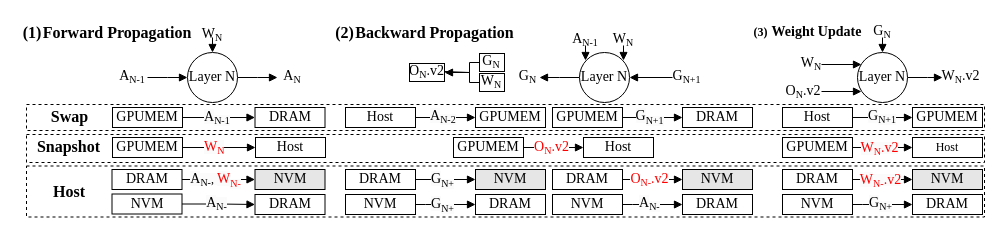
Before: fig/pipeline.drawio in icszhr/NCheck, a draw.io diagram. Source tidied: cells renumbered, new cells numbered last; positions are measured from the earlier drawing's top-left corner, leaving out a move shared by most shapes. Both pictures are drawn from the tidied source at 100%, with x=0, y=0 at pixel (17, 17).
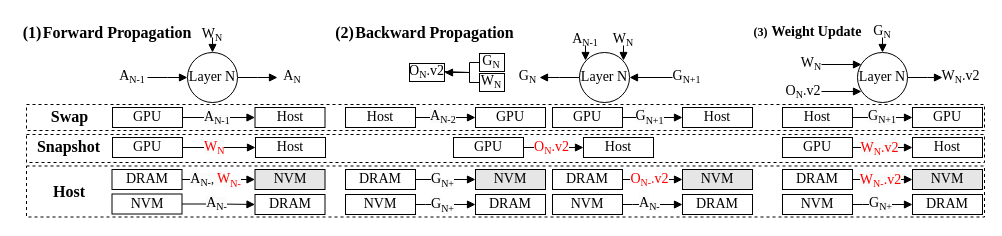
The same page after the edit.

What changed in the source:
```diff
@@
-    <mxCell id="14" value="GPUMEM" style="rounded=0;whiteSpace=wrap;html=1;fontFamily=Times New Roman;fontSize=14;" parent="1" vertex="1">
+    <mxCell id="14" value="GPU" style="rounded=0;whiteSpace=wrap;html=1;fontFamily=Times New Roman;fontSize=14;" parent="1" vertex="1">
       <mxGeometry x="95" y="120" width="70" height="20" as="geometry" />
     </mxCell>
@@
-    <mxCell id="19" value="&lt;font style=&quot;font-size: 14px;&quot;&gt;GPUMEM&lt;/font&gt;" style="rounded=0;whiteSpace=wrap;html=1;fontFamily=Times New Roman;" parent="1" vertex="1">
+    <mxCell id="19" value="&lt;font style=&quot;font-size: 14px;&quot;&gt;GPU&lt;/font&gt;" style="rounded=0;whiteSpace=wrap;html=1;fontFamily=Times New Roman;" parent="1" vertex="1">
       <mxGeometry x="458" y="90" width="70" height="20" as="geometry" />
     </mxCell>
@@
-    <mxCell id="42" value="GPUMEM" style="rounded=0;whiteSpace=wrap;html=1;fontFamily=Times New Roman;fontSize=14;" parent="1" vertex="1">
+    <mxCell id="42" value="GPU" style="rounded=0;whiteSpace=wrap;html=1;fontFamily=Times New Roman;fontSize=14;" parent="1" vertex="1">
       <mxGeometry x="95" y="90" width="70" height="20" as="geometry" />
     </mxCell>
-    <mxCell id="43" value="DRAM" style="rounded=0;whiteSpace=wrap;html=1;fontFamily=Times New Roman;fontSize=14;" parent="1" vertex="1">
+    <mxCell id="43" value="Host" style="rounded=0;whiteSpace=wrap;html=1;fontFamily=Times New Roman;fontSize=14;" parent="1" vertex="1">
       <mxGeometry x="237.5" y="90" width="70" height="20" as="geometry" />
     </mxCell>
@@
-    <mxCell id="50" value="&lt;font style=&quot;font-size: 14px;&quot;&gt;GPUMEM&lt;/font&gt;" style="rounded=0;whiteSpace=wrap;html=1;fontFamily=Times New Roman;" parent="1" vertex="1">
+    <mxCell id="50" value="&lt;font style=&quot;font-size: 14px;&quot;&gt;GPU&lt;/font&gt;" style="rounded=0;whiteSpace=wrap;html=1;fontFamily=Times New Roman;" parent="1" vertex="1">
       <mxGeometry x="436" y="120" width="70" height="20" as="geometry" />
     </mxCell>
@@
-    <mxCell id="60" value="&lt;font style=&quot;font-size: 14px;&quot;&gt;GPUMEM&lt;/font&gt;" style="rounded=0;whiteSpace=wrap;html=1;fontFamily=Times New Roman;" parent="1" vertex="1">
+    <mxCell id="60" value="&lt;font style=&quot;font-size: 14px;&quot;&gt;GPU&lt;/font&gt;" style="rounded=0;whiteSpace=wrap;html=1;fontFamily=Times New Roman;" parent="1" vertex="1">
       <mxGeometry x="895" y="90" width="70" height="20" as="geometry" />
     </mxCell>
@@
-    <mxCell id="77" value="&lt;font style=&quot;font-size: 14px;&quot;&gt;GPUMEM&lt;/font&gt;" style="rounded=0;whiteSpace=wrap;html=1;fontFamily=Times New Roman;" parent="1" vertex="1">
+    <mxCell id="77" value="&lt;font style=&quot;font-size: 14px;&quot;&gt;GPU&lt;/font&gt;" style="rounded=0;whiteSpace=wrap;html=1;fontFamily=Times New Roman;" parent="1" vertex="1">
       <mxGeometry x="765" y="120" width="70" height="20" as="geometry" />
     </mxCell>
-    <mxCell id="78" value="Host" style="rounded=0;whiteSpace=wrap;html=1;fontFamily=Times New Roman;" parent="1" vertex="1">
+    <mxCell id="78" value="&lt;font style=&quot;font-size: 14px;&quot;&gt;Host&lt;/font&gt;" style="rounded=0;whiteSpace=wrap;html=1;fontFamily=Times New Roman;" parent="1" vertex="1">
       <mxGeometry x="895" y="120" width="70" height="20" as="geometry" />
     </mxCell>
@@
-    <mxCell id="86" value="&lt;font style=&quot;font-size: 14px;&quot;&gt;GPUMEM&lt;/font&gt;" style="rounded=0;whiteSpace=wrap;html=1;fontFamily=Times New Roman;" parent="1" vertex="1">
+    <mxCell id="86" value="&lt;font style=&quot;font-size: 14px;&quot;&gt;GPU&lt;/font&gt;" style="rounded=0;whiteSpace=wrap;html=1;fontFamily=Times New Roman;" parent="1" vertex="1">
       <mxGeometry x="535" y="90" width="70" height="20" as="geometry" />
     </mxCell>
-    <mxCell id="87" value="&lt;font style=&quot;font-size: 14px;&quot;&gt;DRAM&lt;/font&gt;" style="rounded=0;whiteSpace=wrap;html=1;fontFamily=Times New Roman;" parent="1" vertex="1">
+    <mxCell id="87" value="&lt;font style=&quot;font-size: 14px;&quot;&gt;Host&lt;/font&gt;" style="rounded=0;whiteSpace=wrap;html=1;fontFamily=Times New Roman;" parent="1" vertex="1">
       <mxGeometry x="665" y="90" width="70" height="20" as="geometry" />
     </mxCell>
```
